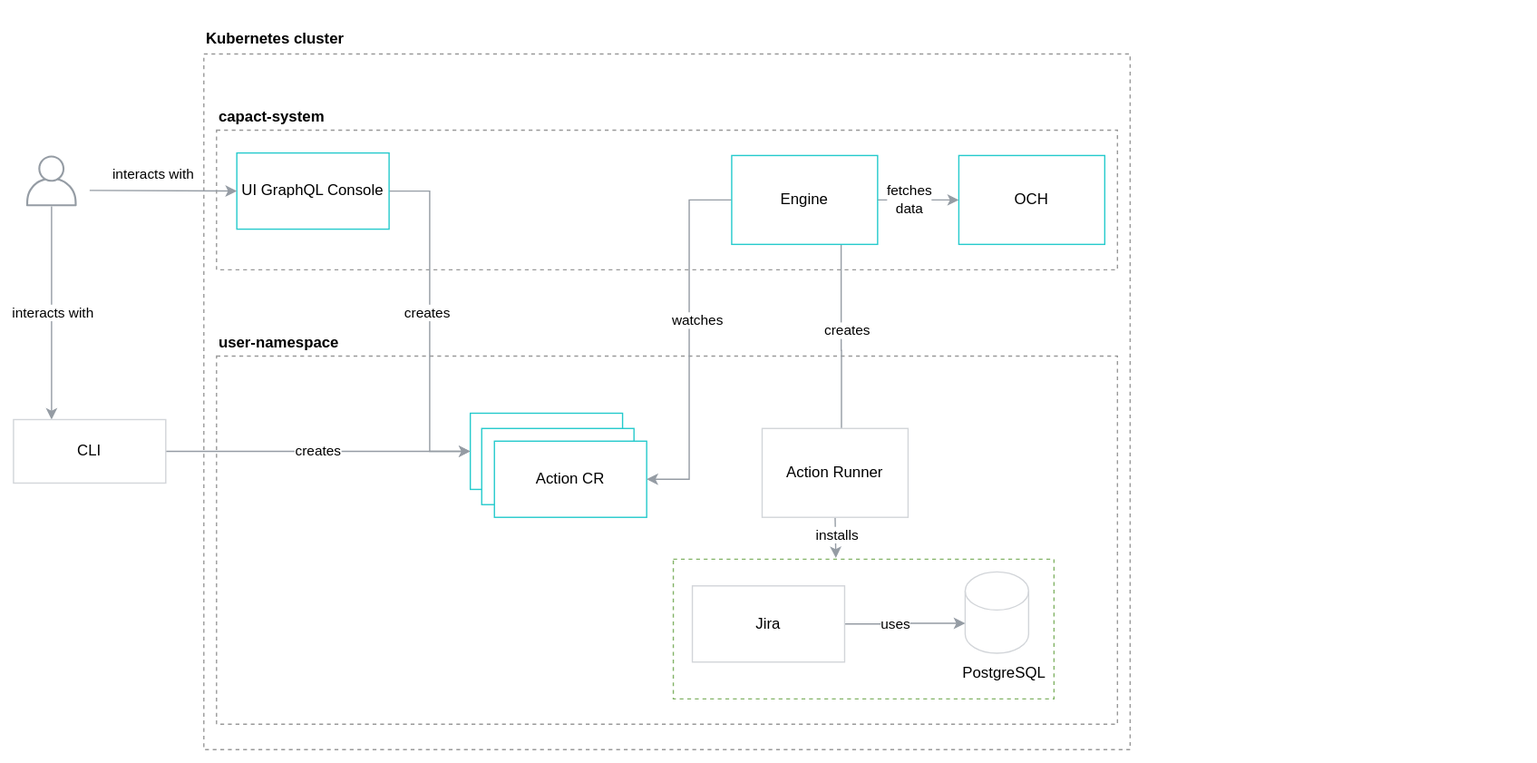
Above: docs/example/assets/install-in-cluster.svg in capactio/website (draw.io), before the change. Source tidied: cells renumbered, new cells last; positions are measured from the earlier drawing's top-left corner, leaving out a move shared by most shapes. Its diagram source:
```xml
<mxGraphModel>
  <root>
    <mxCell id="0" />
    <mxCell id="1" parent="0" />
    <mxCell id="2" style="rounded=0;whiteSpace=wrap;html=1;strokeColor=none;" parent="1" vertex="1">
      <mxGeometry width="1210" height="600" as="geometry" />
    </mxCell>
    <mxCell id="3" style="rounded=0;whiteSpace=wrap;html=1;dashed=1;fillColor=none;strokeColor=#999999;" parent="1" vertex="1">
      <mxGeometry x="160" y="42" width="730" height="548" as="geometry" />
    </mxCell>
    <mxCell id="4" style="rounded=0;whiteSpace=wrap;html=1;dashed=1;fillColor=none;strokeColor=#999999;" parent="1" vertex="1">
      <mxGeometry x="170" y="280" width="710" height="290" as="geometry" />
    </mxCell>
    <mxCell id="5" style="rounded=0;whiteSpace=wrap;html=1;dashed=1;fillColor=none;strokeColor=#999999;" parent="1" vertex="1">
      <mxGeometry x="170" y="102" width="710" height="110" as="geometry" />
    </mxCell>
    <mxCell id="6" style="endArrow=classic;html=1;exitX=1;exitY=0.5;exitDx=0;exitDy=0;entryX=0;entryY=0.5;entryDx=0;entryDy=0;strokeColor=#959CA4;" parent="1" edge="1">
      <mxGeometry relative="1" as="geometry">
        <mxPoint x="370" y="142" as="sourcePoint" />
        <mxPoint x="370" y="142" as="targetPoint" />
      </mxGeometry>
    </mxCell>
    <mxCell id="7" style="fontColor=#232F3E;gradientColor=none;strokeColor=none;dashed=0;verticalLabelPosition=bottom;verticalAlign=top;align=center;html=1;fontSize=12;fontStyle=0;shape=mxgraph.aws4.user;fillColor=#959CA4;" parent="1" vertex="1">
      <mxGeometry x="20" y="122" width="40" height="40" as="geometry" />
    </mxCell>
    <mxCell id="8" value="&lt;b&gt;Kubernetes cluster&lt;/b&gt;" style="text;html=1;strokeColor=none;fillColor=none;align=left;verticalAlign=middle;whiteSpace=wrap;rounded=0;" parent="1" vertex="1">
      <mxGeometry x="160" y="20" width="120" height="20" as="geometry" />
    </mxCell>
    <mxCell id="9" style="edgeStyle=orthogonalEdgeStyle;rounded=0;jettySize=auto;html=1;exitX=1;exitY=0.5;exitDx=0;exitDy=0;strokeColor=#959CA4;entryX=0;entryY=0.5;entryDx=0;entryDy=0;" parent="1" edge="1" source="11" target="23">
      <mxGeometry relative="1" as="geometry" />
    </mxCell>
    <mxCell id="10" value="creates" style="edgeLabel;html=1;align=center;verticalAlign=middle;" parent="9" vertex="1">
      <mxGeometry x="-0.06" y="-3" relative="1" as="geometry" />
    </mxCell>
    <mxCell id="11" value="UI GraphQL Console" style="rounded=0;whiteSpace=wrap;html=1;strokeColor=#24CACC;" parent="1" vertex="1">
      <mxGeometry x="186" y="120" width="120" height="60" as="geometry" />
    </mxCell>
    <mxCell id="12" style="endArrow=classic;html=1;entryX=0;entryY=0.5;entryDx=0;entryDy=0;strokeColor=#959CA4;" parent="1" edge="1" target="11">
      <mxGeometry relative="1" as="geometry">
        <mxPoint x="70" y="149.5" as="sourcePoint" />
      </mxGeometry>
    </mxCell>
    <mxCell id="13" value="interacts with" style="edgeLabel;html=1;align=center;verticalAlign=middle;" parent="12" vertex="1">
      <mxGeometry x="-0.24" y="-2" relative="1" as="geometry">
        <mxPoint x="6" y="-15" as="offset" />
      </mxGeometry>
    </mxCell>
    <mxCell id="14" style="edgeStyle=orthogonalEdgeStyle;rounded=0;jettySize=auto;html=1;exitX=0;exitY=0.5;exitDx=0;exitDy=0;entryX=1;entryY=0.5;entryDx=0;entryDy=0;strokeColor=#959CA4;" parent="1" edge="1" source="20" target="25">
      <mxGeometry relative="1" as="geometry" />
    </mxCell>
    <mxCell id="15" value="watches" style="edgeLabel;html=1;align=center;verticalAlign=middle;" parent="14" vertex="1">
      <mxGeometry x="0.1" y="3" relative="1" as="geometry">
        <mxPoint x="2.5" y="-30.5" as="offset" />
      </mxGeometry>
    </mxCell>
    <mxCell id="16" style="edgeStyle=orthogonalEdgeStyle;rounded=0;jettySize=auto;html=1;exitX=0.75;exitY=1;exitDx=0;exitDy=0;strokeColor=#959CA4;" parent="1" edge="1" source="20">
      <mxGeometry relative="1" as="geometry">
        <mxPoint x="662.5" y="359" as="targetPoint" />
      </mxGeometry>
    </mxCell>
    <mxCell id="17" value="creates" style="edgeLabel;html=1;align=center;verticalAlign=middle;" parent="16" vertex="1">
      <mxGeometry x="-0.19" y="4" relative="1" as="geometry" />
    </mxCell>
    <mxCell id="18" style="edgeStyle=orthogonalEdgeStyle;rounded=0;jettySize=auto;html=1;strokeColor=#959CA4;" parent="1" edge="1" source="20" target="22">
      <mxGeometry relative="1" as="geometry" />
    </mxCell>
    <mxCell id="19" value="&lt;div&gt;fetches&lt;/div&gt;&lt;div&gt;data&lt;br&gt;&lt;/div&gt;" style="edgeLabel;html=1;align=center;verticalAlign=middle;" parent="18" vertex="1">
      <mxGeometry x="-0.25" y="1" relative="1" as="geometry" />
    </mxCell>
    <mxCell id="20" value="Engine" style="rounded=0;whiteSpace=wrap;html=1;strokeColor=#24CACC;" parent="1" vertex="1">
      <mxGeometry x="576" y="122" width="115" height="70" as="geometry" />
    </mxCell>
    <mxCell id="21" value="&lt;b&gt;voltron-system&lt;/b&gt;" style="text;html=1;strokeColor=none;fillColor=none;align=left;verticalAlign=middle;whiteSpace=wrap;rounded=0;" parent="1" vertex="1">
      <mxGeometry x="170" y="82" width="120" height="20" as="geometry" />
    </mxCell>
    <mxCell id="22" value="OCH" style="rounded=0;whiteSpace=wrap;html=1;strokeColor=#24CACC;" parent="1" vertex="1">
      <mxGeometry x="755" y="122" width="115" height="70" as="geometry" />
    </mxCell>
    <mxCell id="23" value="Action CR" style="rounded=0;whiteSpace=wrap;html=1;strokeColor=#24CACC;" parent="1" vertex="1">
      <mxGeometry x="370" y="325" width="120" height="60" as="geometry" />
    </mxCell>
    <mxCell id="24" value="Action CR" style="rounded=0;whiteSpace=wrap;html=1;strokeColor=#24CACC;" parent="1" vertex="1">
      <mxGeometry x="379" y="337" width="120" height="60" as="geometry" />
    </mxCell>
    <mxCell id="25" value="Action CR" style="rounded=0;whiteSpace=wrap;html=1;strokeColor=#24CACC;" parent="1" vertex="1">
      <mxGeometry x="389" y="347" width="120" height="60" as="geometry" />
    </mxCell>
    <mxCell id="26" style="edgeStyle=orthogonalEdgeStyle;rounded=0;jettySize=auto;html=1;exitX=0.5;exitY=1;exitDx=0;exitDy=0;entryX=0.427;entryY=-0.009;entryDx=0;entryDy=0;entryPerimeter=0;strokeColor=#959CA4;" parent="1" edge="1" source="28" target="31">
      <mxGeometry relative="1" as="geometry" />
    </mxCell>
    <mxCell id="27" value="installs" style="edgeLabel;html=1;align=center;verticalAlign=middle;" parent="26" vertex="1">
      <mxGeometry x="-0.15" y="1" relative="1" as="geometry" />
    </mxCell>
    <mxCell id="28" value="Action Runner" style="rounded=0;whiteSpace=wrap;html=1;strokeColor=#D2D5D9;" parent="1" vertex="1">
      <mxGeometry x="600" y="337" width="115" height="70" as="geometry" />
    </mxCell>
    <mxCell id="29" value="&lt;b&gt;user-namespace&lt;/b&gt;" style="text;html=1;strokeColor=none;fillColor=none;align=left;verticalAlign=middle;whiteSpace=wrap;rounded=0;" parent="1" vertex="1">
      <mxGeometry x="170" y="260" width="120" height="20" as="geometry" />
    </mxCell>
    <mxCell id="30" style="group;" parent="1" vertex="1">
      <mxGeometry x="530" y="440" width="301" height="110" as="geometry" />
    </mxCell>
    <mxCell id="31" style="rounded=0;whiteSpace=wrap;html=1;dashed=1;strokeColor=#82b366;fillColor=none;" parent="30" vertex="1">
      <mxGeometry width="300" height="110" as="geometry" />
    </mxCell>
    <mxCell id="32" style="shape=cylinder3;whiteSpace=wrap;html=1;boundedLbl=1;backgroundOutline=1;size=15;strokeColor=#D2D5D9;" parent="30" vertex="1">
      <mxGeometry x="230" y="10" width="50" height="64" as="geometry" />
    </mxCell>
    <mxCell id="33" value="&lt;div&gt;PostgreSQL&lt;br&gt;&lt;/div&gt;" style="text;html=1;strokeColor=none;fillColor=none;align=center;verticalAlign=middle;whiteSpace=wrap;rounded=0;fontStyle=0;" parent="30" vertex="1">
      <mxGeometry x="221" y="70" width="80" height="40" as="geometry" />
    </mxCell>
    <mxCell id="34" style="edgeStyle=orthogonalEdgeStyle;rounded=0;jettySize=auto;html=1;entryX=0;entryY=0;entryDx=0;entryDy=40.5;entryPerimeter=0;strokeColor=#959CA4;" parent="30" edge="1" source="36" target="32">
      <mxGeometry relative="1" as="geometry" />
    </mxCell>
    <mxCell id="35" value="uses" style="edgeLabel;html=1;align=center;verticalAlign=middle;" parent="34" vertex="1">
      <mxGeometry x="-0.18" y="1" relative="1" as="geometry" />
    </mxCell>
    <mxCell id="36" value="Jira" style="rounded=0;whiteSpace=wrap;html=1;strokeColor=#D2D5D9;" parent="30" vertex="1">
      <mxGeometry x="15" y="21" width="120" height="60" as="geometry" />
    </mxCell>
    <mxCell id="37" style="edgeStyle=orthogonalEdgeStyle;rounded=0;jettySize=auto;html=1;entryX=0.25;entryY=0;entryDx=0;entryDy=0;strokeColor=#959CA4;" parent="1" edge="1" target="40">
      <mxGeometry relative="1" as="geometry">
        <mxPoint x="40" y="162" as="sourcePoint" />
      </mxGeometry>
    </mxCell>
    <mxCell id="38" value="interacts with" style="edgeLabel;html=1;align=center;verticalAlign=middle;" parent="37" vertex="1">
      <mxGeometry relative="1" as="geometry" />
    </mxCell>
    <mxCell id="39" value="creates" style="edgeStyle=orthogonalEdgeStyle;rounded=0;jettySize=auto;html=1;entryX=0;entryY=0.5;entryDx=0;entryDy=0;strokeColor=#959CA4;" parent="1" edge="1" source="40" target="23">
      <mxGeometry relative="1" as="geometry" />
    </mxCell>
    <mxCell id="40" value="CLI" style="rounded=0;whiteSpace=wrap;html=1;strokeColor=#D2D5D9;" parent="1" vertex="1">
      <mxGeometry x="10" y="330" width="120" height="50" as="geometry" />
    </mxCell>
  </root>
</mxGraphModel>
```
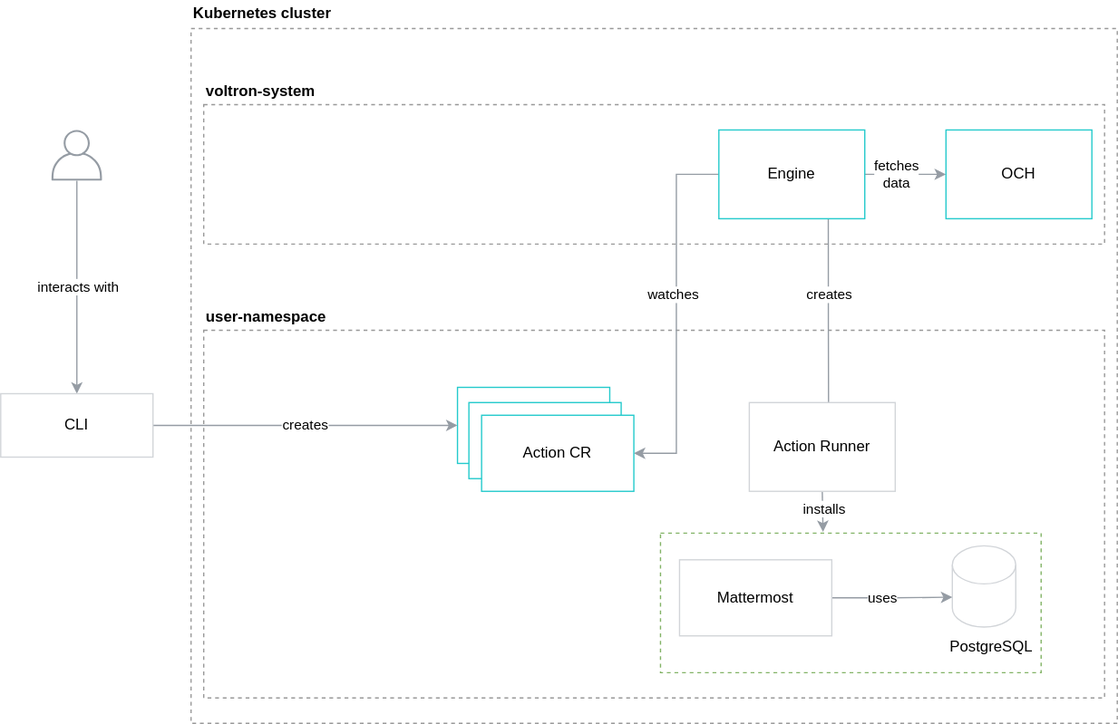
After the change.

What changed in the source:
```diff
@@ -2,9 +2,6 @@
   <root>
     <mxCell id="0" />
     <mxCell id="1" parent="0" />
-    <mxCell id="2" style="rounded=0;whiteSpace=wrap;html=1;strokeColor=none;" parent="1" vertex="1">
-      <mxGeometry width="1210" height="600" as="geometry" />
-    </mxCell>
     <mxCell id="3" style="rounded=0;whiteSpace=wrap;html=1;dashed=1;fillColor=none;strokeColor=#999999;" parent="1" vertex="1">
       <mxGeometry x="160" y="42" width="730" height="548" as="geometry" />
     </mxCell>
@@ -21,36 +18,17 @@
       </mxGeometry>
     </mxCell>
     <mxCell id="7" style="fontColor=#232F3E;gradientColor=none;strokeColor=none;dashed=0;verticalLabelPosition=bottom;verticalAlign=top;align=center;html=1;fontSize=12;fontStyle=0;shape=mxgraph.aws4.user;fillColor=#959CA4;" parent="1" vertex="1">
-      <mxGeometry x="20" y="122" width="40" height="40" as="geometry" />
+      <mxGeometry x="50" y="122" width="40" height="40" as="geometry" />
     </mxCell>
     <mxCell id="8" value="&lt;b&gt;Kubernetes cluster&lt;/b&gt;" style="text;html=1;strokeColor=none;fillColor=none;align=left;verticalAlign=middle;whiteSpace=wrap;rounded=0;" parent="1" vertex="1">
       <mxGeometry x="160" y="20" width="120" height="20" as="geometry" />
     </mxCell>
-    <mxCell id="9" style="edgeStyle=orthogonalEdgeStyle;rounded=0;jettySize=auto;html=1;exitX=1;exitY=0.5;exitDx=0;exitDy=0;strokeColor=#959CA4;entryX=0;entryY=0.5;entryDx=0;entryDy=0;" parent="1" edge="1" source="11" target="23">
-      <mxGeometry relative="1" as="geometry" />
-    </mxCell>
-    <mxCell id="10" value="creates" style="edgeLabel;html=1;align=center;verticalAlign=middle;" parent="9" vertex="1">
-      <mxGeometry x="-0.06" y="-3" relative="1" as="geometry" />
-    </mxCell>
-    <mxCell id="11" value="UI GraphQL Console" style="rounded=0;whiteSpace=wrap;html=1;strokeColor=#24CACC;" parent="1" vertex="1">
-      <mxGeometry x="186" y="120" width="120" height="60" as="geometry" />
-    </mxCell>
-    <mxCell id="12" style="endArrow=classic;html=1;entryX=0;entryY=0.5;entryDx=0;entryDy=0;strokeColor=#959CA4;" parent="1" edge="1" target="11">
-      <mxGeometry relative="1" as="geometry">
-        <mxPoint x="70" y="149.5" as="sourcePoint" />
-      </mxGeometry>
-    </mxCell>
-    <mxCell id="13" value="interacts with" style="edgeLabel;html=1;align=center;verticalAlign=middle;" parent="12" vertex="1">
-      <mxGeometry x="-0.24" y="-2" relative="1" as="geometry">
-        <mxPoint x="6" y="-15" as="offset" />
-      </mxGeometry>
-    </mxCell>
     <mxCell id="14" style="edgeStyle=orthogonalEdgeStyle;rounded=0;jettySize=auto;html=1;exitX=0;exitY=0.5;exitDx=0;exitDy=0;entryX=1;entryY=0.5;entryDx=0;entryDy=0;strokeColor=#959CA4;" parent="1" edge="1" source="20" target="25">
       <mxGeometry relative="1" as="geometry" />
     </mxCell>
     <mxCell id="15" value="watches" style="edgeLabel;html=1;align=center;verticalAlign=middle;" parent="14" vertex="1">
       <mxGeometry x="0.1" y="3" relative="1" as="geometry">
-        <mxPoint x="2.5" y="-30.5" as="offset" />
+        <mxPoint x="-6" y="-30" as="offset" />
       </mxGeometry>
     </mxCell>
     <mxCell id="16" style="edgeStyle=orthogonalEdgeStyle;rounded=0;jettySize=auto;html=1;exitX=0.75;exitY=1;exitDx=0;exitDy=0;strokeColor=#959CA4;" parent="1" edge="1" source="20">
@@ -59,7 +37,9 @@
       </mxGeometry>
     </mxCell>
     <mxCell id="17" value="creates" style="edgeLabel;html=1;align=center;verticalAlign=middle;" parent="16" vertex="1">
-      <mxGeometry x="-0.19" y="4" relative="1" as="geometry" />
+      <mxGeometry x="-0.19" y="4" relative="1" as="geometry">
+        <mxPoint x="-4" y="-8" as="offset" />
+      </mxGeometry>
     </mxCell>
     <mxCell id="18" style="edgeStyle=orthogonalEdgeStyle;rounded=0;jettySize=auto;html=1;strokeColor=#959CA4;" parent="1" edge="1" source="20" target="22">
       <mxGeometry relative="1" as="geometry" />
@@ -115,12 +95,13 @@
     <mxCell id="35" value="uses" style="edgeLabel;html=1;align=center;verticalAlign=middle;" parent="34" vertex="1">
       <mxGeometry x="-0.18" y="1" relative="1" as="geometry" />
     </mxCell>
-    <mxCell id="36" value="Jira" style="rounded=0;whiteSpace=wrap;html=1;strokeColor=#D2D5D9;" parent="30" vertex="1">
+    <mxCell id="36" value="Mattermost" style="rounded=0;whiteSpace=wrap;html=1;strokeColor=#D2D5D9;" parent="30" vertex="1">
       <mxGeometry x="15" y="21" width="120" height="60" as="geometry" />
     </mxCell>
-    <mxCell id="37" style="edgeStyle=orthogonalEdgeStyle;rounded=0;jettySize=auto;html=1;entryX=0.25;entryY=0;entryDx=0;entryDy=0;strokeColor=#959CA4;" parent="1" edge="1" target="40">
+    <mxCell id="37" style="edgeStyle=orthogonalEdgeStyle;rounded=0;orthogonalLoop=1;jettySize=auto;html=1;entryX=0.25;entryY=0;entryDx=0;entryDy=0;strokeColor=#959CA4;" parent="1" edge="1">
       <mxGeometry relative="1" as="geometry">
-        <mxPoint x="40" y="162" as="sourcePoint" />
+        <mxPoint x="70" y="162" as="sourcePoint" />
+        <mxPoint x="70" y="330" as="targetPoint" />
       </mxGeometry>
     </mxCell>
     <mxCell id="38" value="interacts with" style="edgeLabel;html=1;align=center;verticalAlign=middle;" parent="37" vertex="1">
```
